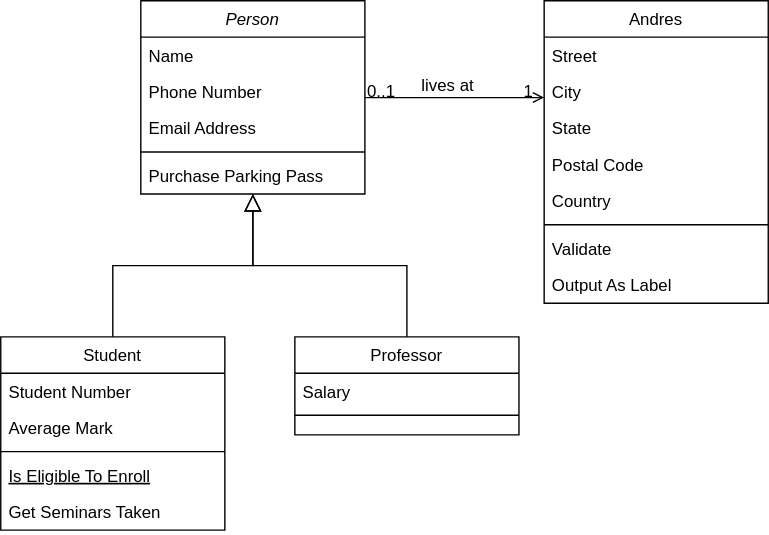
Above: Untitled Diagram.drawio.svg in juanyacovino77/Factoria (draw.io), before the change. Source tidied: cells renumbered, new cells last; positions are measured from the earlier drawing's top-left corner, leaving out a move shared by most shapes.
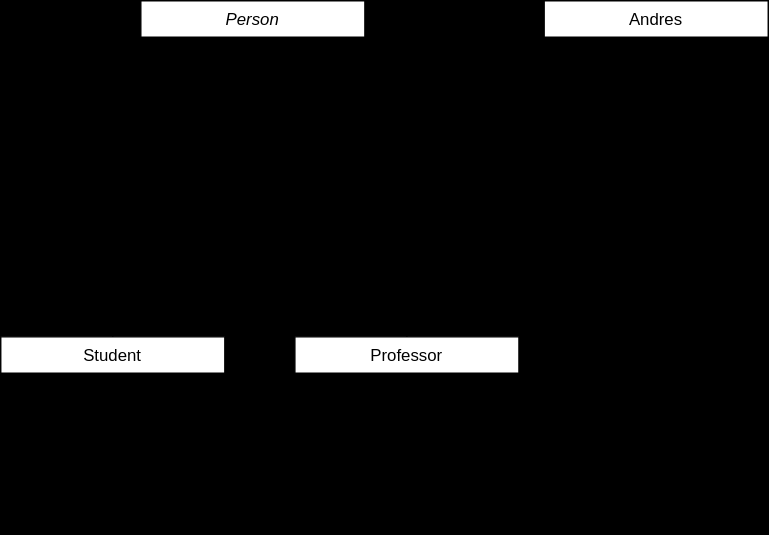
The same diagram one commit later.

The edit, as a diff of the source:
```diff
@@ -1,11 +1,11 @@
-<mxGraphModel>
+<mxGraphModel background="#000000">
   <root>
     <mxCell id="0" />
     <mxCell id="1" parent="0" />
     <mxCell id="2" value="Person" style="swimlane;fontStyle=2;align=center;verticalAlign=top;horizontal=1;startSize=26;rounded=0;shadow=0;strokeWidth=1;" parent="1" vertex="1">
       <mxGeometry x="100" width="160" height="138" as="geometry" />
     </mxCell>
-    <mxCell id="3" value="Name" style="text;align=left;verticalAlign=top;spacingLeft=4;spacingRight=4;overflow=hidden;" parent="2" vertex="1">
+    <mxCell id="3" value="Name" style="text;align=left;verticalAlign=top;spacingLeft=4;spacingRight=4;overflow=hidden;rounded=0;" parent="2" vertex="1">
       <mxGeometry y="26" width="160" height="26" as="geometry" />
     </mxCell>
     <mxCell id="4" value="Phone Number" style="text;align=left;verticalAlign=top;spacingLeft=4;spacingRight=4;overflow=hidden;rounded=0;shadow=0;html=0;" parent="2" vertex="1">
@@ -14,28 +14,28 @@
     <mxCell id="5" value="Email Address" style="text;align=left;verticalAlign=top;spacingLeft=4;spacingRight=4;overflow=hidden;rounded=0;shadow=0;html=0;" parent="2" vertex="1">
       <mxGeometry y="78" width="160" height="26" as="geometry" />
     </mxCell>
-    <mxCell id="6" style="line;html=1;strokeWidth=1;align=left;verticalAlign=middle;spacingTop=-1;spacingLeft=3;spacingRight=3;labelPosition=right;" parent="2" vertex="1">
+    <mxCell id="6" style="line;html=1;strokeWidth=1;align=left;verticalAlign=middle;spacingTop=-1;spacingLeft=3;spacingRight=3;labelPosition=right;rounded=0;" parent="2" vertex="1">
       <mxGeometry y="104" width="160" height="8" as="geometry" />
     </mxCell>
-    <mxCell id="7" value="Purchase Parking Pass" style="text;align=left;verticalAlign=top;spacingLeft=4;spacingRight=4;overflow=hidden;" parent="2" vertex="1">
+    <mxCell id="7" value="Purchase Parking Pass" style="text;align=left;verticalAlign=top;spacingLeft=4;spacingRight=4;overflow=hidden;rounded=0;" parent="2" vertex="1">
       <mxGeometry y="112" width="160" height="26" as="geometry" />
     </mxCell>
     <mxCell id="8" value="Student" style="swimlane;fontStyle=0;align=center;verticalAlign=top;horizontal=1;startSize=26;rounded=0;shadow=0;strokeWidth=1;" parent="1" vertex="1">
       <mxGeometry y="240" width="160" height="138" as="geometry" />
     </mxCell>
-    <mxCell id="9" value="Student Number" style="text;align=left;verticalAlign=top;spacingLeft=4;spacingRight=4;overflow=hidden;" parent="8" vertex="1">
+    <mxCell id="9" value="Student Number" style="text;align=left;verticalAlign=top;spacingLeft=4;spacingRight=4;overflow=hidden;rounded=0;" parent="8" vertex="1">
       <mxGeometry y="26" width="160" height="26" as="geometry" />
     </mxCell>
     <mxCell id="10" value="Average Mark" style="text;align=left;verticalAlign=top;spacingLeft=4;spacingRight=4;overflow=hidden;rounded=0;shadow=0;html=0;" parent="8" vertex="1">
       <mxGeometry y="52" width="160" height="26" as="geometry" />
     </mxCell>
-    <mxCell id="11" style="line;html=1;strokeWidth=1;align=left;verticalAlign=middle;spacingTop=-1;spacingLeft=3;spacingRight=3;labelPosition=right;" parent="8" vertex="1">
+    <mxCell id="11" style="line;html=1;strokeWidth=1;align=left;verticalAlign=middle;spacingTop=-1;spacingLeft=3;spacingRight=3;labelPosition=right;rounded=0;" parent="8" vertex="1">
       <mxGeometry y="78" width="160" height="8" as="geometry" />
     </mxCell>
-    <mxCell id="12" value="Is Eligible To Enroll" style="text;align=left;verticalAlign=top;spacingLeft=4;spacingRight=4;overflow=hidden;fontStyle=4;" parent="8" vertex="1">
+    <mxCell id="12" value="Is Eligible To Enroll" style="text;align=left;verticalAlign=top;spacingLeft=4;spacingRight=4;overflow=hidden;fontStyle=4;rounded=0;" parent="8" vertex="1">
       <mxGeometry y="86" width="160" height="26" as="geometry" />
     </mxCell>
-    <mxCell id="13" value="Get Seminars Taken" style="text;align=left;verticalAlign=top;spacingLeft=4;spacingRight=4;overflow=hidden;" parent="8" vertex="1">
+    <mxCell id="13" value="Get Seminars Taken" style="text;align=left;verticalAlign=top;spacingLeft=4;spacingRight=4;overflow=hidden;rounded=0;" parent="8" vertex="1">
       <mxGeometry y="112" width="160" height="26" as="geometry" />
     </mxCell>
     <mxCell id="14" style="endArrow=block;endSize=10;endFill=0;shadow=0;strokeWidth=1;rounded=0;edgeStyle=elbowEdgeStyle;elbow=vertical;" parent="1" edge="1" source="8" target="2">
@@ -44,10 +44,10 @@
     <mxCell id="15" value="Professor" style="swimlane;fontStyle=0;align=center;verticalAlign=top;horizontal=1;startSize=26;rounded=0;shadow=0;strokeWidth=1;" parent="1" vertex="1">
       <mxGeometry x="210" y="240" width="160" height="70" as="geometry" />
     </mxCell>
-    <mxCell id="16" value="Salary" style="text;align=left;verticalAlign=top;spacingLeft=4;spacingRight=4;overflow=hidden;" parent="15" vertex="1">
+    <mxCell id="16" value="Salary" style="text;align=left;verticalAlign=top;spacingLeft=4;spacingRight=4;overflow=hidden;rounded=0;" parent="15" vertex="1">
       <mxGeometry y="26" width="160" height="26" as="geometry" />
     </mxCell>
-    <mxCell id="17" style="line;html=1;strokeWidth=1;align=left;verticalAlign=middle;spacingTop=-1;spacingLeft=3;spacingRight=3;labelPosition=right;" parent="15" vertex="1">
+    <mxCell id="17" style="line;html=1;strokeWidth=1;align=left;verticalAlign=middle;spacingTop=-1;spacingLeft=3;spacingRight=3;labelPosition=right;rounded=0;" parent="15" vertex="1">
       <mxGeometry y="52" width="160" height="8" as="geometry" />
     </mxCell>
     <mxCell id="18" style="endArrow=block;endSize=10;endFill=0;shadow=0;strokeWidth=1;rounded=0;edgeStyle=elbowEdgeStyle;elbow=vertical;" parent="1" edge="1" source="15" target="2">
@@ -56,7 +56,7 @@
     <mxCell id="19" value="Andres" style="swimlane;fontStyle=0;align=center;verticalAlign=top;horizontal=1;startSize=26;rounded=0;shadow=0;strokeWidth=1;" parent="1" vertex="1">
       <mxGeometry x="388" width="160" height="216" as="geometry" />
     </mxCell>
-    <mxCell id="20" value="Street" style="text;align=left;verticalAlign=top;spacingLeft=4;spacingRight=4;overflow=hidden;" parent="19" vertex="1">
+    <mxCell id="20" value="Street" style="text;align=left;verticalAlign=top;spacingLeft=4;spacingRight=4;overflow=hidden;rounded=0;" parent="19" vertex="1">
       <mxGeometry y="26" width="160" height="26" as="geometry" />
     </mxCell>
     <mxCell id="21" value="City" style="text;align=left;verticalAlign=top;spacingLeft=4;spacingRight=4;overflow=hidden;rounded=0;shadow=0;html=0;" parent="19" vertex="1">
@@ -71,13 +71,13 @@
     <mxCell id="24" value="Country" style="text;align=left;verticalAlign=top;spacingLeft=4;spacingRight=4;overflow=hidden;rounded=0;shadow=0;html=0;" parent="19" vertex="1">
       <mxGeometry y="130" width="160" height="26" as="geometry" />
     </mxCell>
-    <mxCell id="25" style="line;html=1;strokeWidth=1;align=left;verticalAlign=middle;spacingTop=-1;spacingLeft=3;spacingRight=3;labelPosition=right;" parent="19" vertex="1">
+    <mxCell id="25" style="line;html=1;strokeWidth=1;align=left;verticalAlign=middle;spacingTop=-1;spacingLeft=3;spacingRight=3;labelPosition=right;rounded=0;" parent="19" vertex="1">
       <mxGeometry y="156" width="160" height="8" as="geometry" />
     </mxCell>
-    <mxCell id="26" value="Validate" style="text;align=left;verticalAlign=top;spacingLeft=4;spacingRight=4;overflow=hidden;" parent="19" vertex="1">
+    <mxCell id="26" value="Validate" style="text;align=left;verticalAlign=top;spacingLeft=4;spacingRight=4;overflow=hidden;rounded=0;" parent="19" vertex="1">
       <mxGeometry y="164" width="160" height="26" as="geometry" />
     </mxCell>
-    <mxCell id="27" value="Output As Label" style="text;align=left;verticalAlign=top;spacingLeft=4;spacingRight=4;overflow=hidden;" parent="19" vertex="1">
+    <mxCell id="27" value="Output As Label" style="text;align=left;verticalAlign=top;spacingLeft=4;spacingRight=4;overflow=hidden;rounded=0;" parent="19" vertex="1">
       <mxGeometry y="190" width="160" height="26" as="geometry" />
     </mxCell>
     <mxCell id="28" style="endArrow=open;shadow=0;strokeWidth=1;rounded=0;endFill=1;edgeStyle=elbowEdgeStyle;elbow=vertical;" parent="1" edge="1" source="2" target="19">
@@ -85,12 +85,12 @@
         <mxPoint x="-40" y="32" as="offset" />
       </mxGeometry>
     </mxCell>
-    <mxCell id="29" value="0..1" style="align=left;verticalAlign=bottom;labelBackgroundColor=none;fontSize=12;" parent="28" vertex="1">
+    <mxCell id="29" value="0..1" style="align=left;verticalAlign=bottom;labelBackgroundColor=none;fontSize=12;rounded=0;" parent="28" vertex="1">
       <mxGeometry x="-1" relative="1" as="geometry">
         <mxPoint y="4" as="offset" />
       </mxGeometry>
     </mxCell>
-    <mxCell id="30" value="1" style="align=right;verticalAlign=bottom;labelBackgroundColor=none;fontSize=12;" parent="28" vertex="1">
+    <mxCell id="30" value="1" style="align=right;verticalAlign=bottom;labelBackgroundColor=none;fontSize=12;rounded=0;" parent="28" vertex="1">
       <mxGeometry x="1" relative="1" as="geometry">
         <mxPoint x="-7" y="4" as="offset" />
       </mxGeometry>
```
